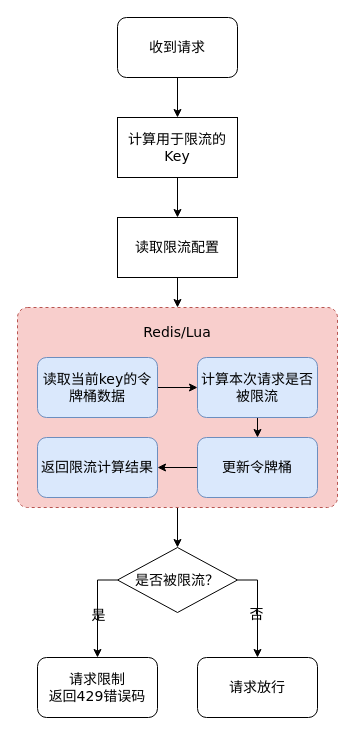
Earlier version of the draw.io diagram page "网关限流" (8 of 11) of Untitled Diagram.drawio (maxuewen/draw.io). Source tidied: cells renumbered, new cells numbered last; positions are measured from the earlier drawing's top-left corner, leaving out a move shared by most shapes. Both pictures are drawn from the tidied source at 100%, with x=0, y=0 at pixel (17, 17).
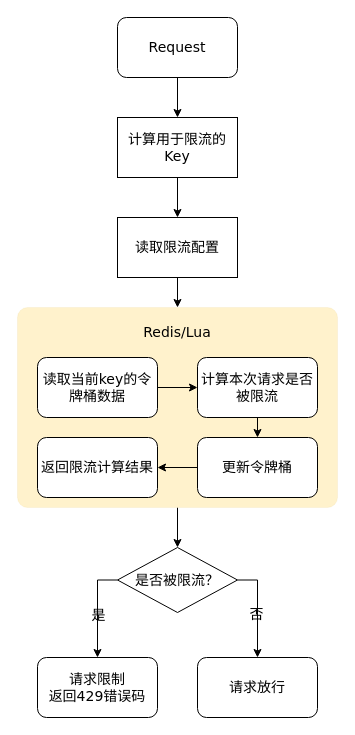
The same page after the edit.

Change to the diagram source:
```diff
@@
-    <mxCell id="3" style="rounded=1;whiteSpace=wrap;html=1;labelBackgroundColor=none;fontFamily=Verdana;fontSize=14;strokeWidth=1;dashed=1;imageHeight=24;arcSize=5;fillColor=#f8cecc;strokeColor=#b85450;" parent="1" vertex="1">
+    <mxCell id="3" style="rounded=1;whiteSpace=wrap;html=1;labelBackgroundColor=none;fontFamily=Verdana;fontSize=14;strokeWidth=0;dashed=1;imageHeight=24;arcSize=5;fillColor=#fff2cc;strokeColor=#d6b656;" parent="1" vertex="1">
       <mxGeometry y="290" width="320" height="200" as="geometry" />
     </mxCell>
@@
-    <mxCell id="5" value="收到请求" style="rounded=1;whiteSpace=wrap;html=1;labelBackgroundColor=none;fontFamily=Verdana;fontSize=14;strokeWidth=1;" parent="1" vertex="1">
+    <mxCell id="5" value="Request" style="rounded=1;whiteSpace=wrap;html=1;labelBackgroundColor=none;fontFamily=Verdana;fontSize=14;strokeWidth=1;" parent="1" vertex="1">
       <mxGeometry x="100" width="120" height="60" as="geometry" />
     </mxCell>
@@
-    <mxCell id="9" value="读取当前key的令牌桶数据" style="rounded=1;whiteSpace=wrap;html=1;labelBackgroundColor=none;fontFamily=Verdana;fontSize=14;strokeWidth=1;fillColor=#dae8fc;strokeColor=#6c8ebf;" parent="1" vertex="1">
+    <mxCell id="9" value="读取当前key的令牌桶数据" style="rounded=1;whiteSpace=wrap;html=1;labelBackgroundColor=none;fontFamily=Verdana;fontSize=14;strokeWidth=1;" parent="1" vertex="1">
       <mxGeometry x="20" y="340" width="120" height="60" as="geometry" />
     </mxCell>
@@
-    <mxCell id="11" value="计算本次请求是否被限流" style="rounded=1;whiteSpace=wrap;html=1;labelBackgroundColor=none;fontFamily=Verdana;fontSize=14;strokeWidth=1;fillColor=#dae8fc;strokeColor=#6c8ebf;" parent="1" vertex="1">
+    <mxCell id="11" value="计算本次请求是否被限流" style="rounded=1;whiteSpace=wrap;html=1;labelBackgroundColor=none;fontFamily=Verdana;fontSize=14;strokeWidth=1;" parent="1" vertex="1">
       <mxGeometry x="180" y="340" width="120" height="60" as="geometry" />
     </mxCell>
-    <mxCell id="12" value="返回限流计算结果" style="rounded=1;whiteSpace=wrap;html=1;labelBackgroundColor=none;fontFamily=Verdana;fontSize=14;strokeWidth=1;fillColor=#dae8fc;strokeColor=#6c8ebf;" parent="1" vertex="1">
+    <mxCell id="12" value="返回限流计算结果" style="rounded=1;whiteSpace=wrap;html=1;labelBackgroundColor=none;fontFamily=Verdana;fontSize=14;strokeWidth=1;" parent="1" vertex="1">
       <mxGeometry x="20" y="420" width="120" height="60" as="geometry" />
     </mxCell>
@@
-    <mxCell id="14" value="更新令牌桶" style="rounded=1;whiteSpace=wrap;html=1;labelBackgroundColor=none;fontFamily=Verdana;fontSize=14;strokeWidth=1;fillColor=#dae8fc;strokeColor=#6c8ebf;" parent="1" vertex="1">
+    <mxCell id="14" value="更新令牌桶" style="rounded=1;whiteSpace=wrap;html=1;labelBackgroundColor=none;fontFamily=Verdana;fontSize=14;strokeWidth=1;" parent="1" vertex="1">
       <mxGeometry x="180" y="420" width="120" height="60" as="geometry" />
     </mxCell>
@@
-    <mxCell id="24" value="Redis/Lua" style="text;html=1;strokeColor=none;fillColor=none;align=center;verticalAlign=middle;whiteSpace=wrap;rounded=0;dashed=1;labelBackgroundColor=none;fontFamily=Verdana;fontSize=14;fontColor=#000000;" parent="1" vertex="1">
+    <mxCell id="24" value="Redis/Lua" style="text;html=1;align=center;verticalAlign=middle;whiteSpace=wrap;rounded=0;dashed=1;labelBackgroundColor=none;fontFamily=Verdana;fontSize=14;" parent="1" vertex="1">
       <mxGeometry x="130" y="300" width="60" height="30" as="geometry" />
     </mxCell>
```
